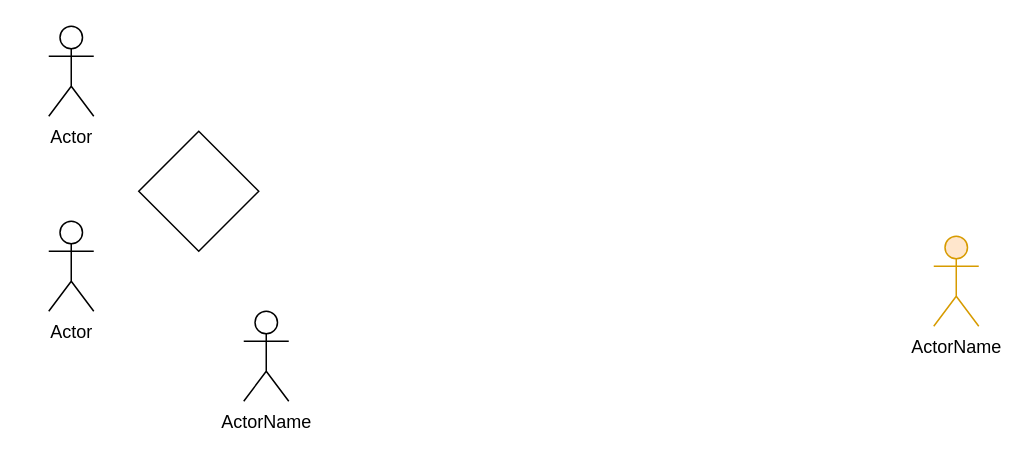
The draw.io diagram Menu_Fincas.drawio in llauna/fincas, before the edit. Source tidied: cells renumbered, new cells numbered last; positions are measured from the earlier drawing's top-left corner, leaving out a move shared by most shapes. Both pictures are drawn from the tidied source at 150%, with x=0, y=0 at pixel (48, 26).
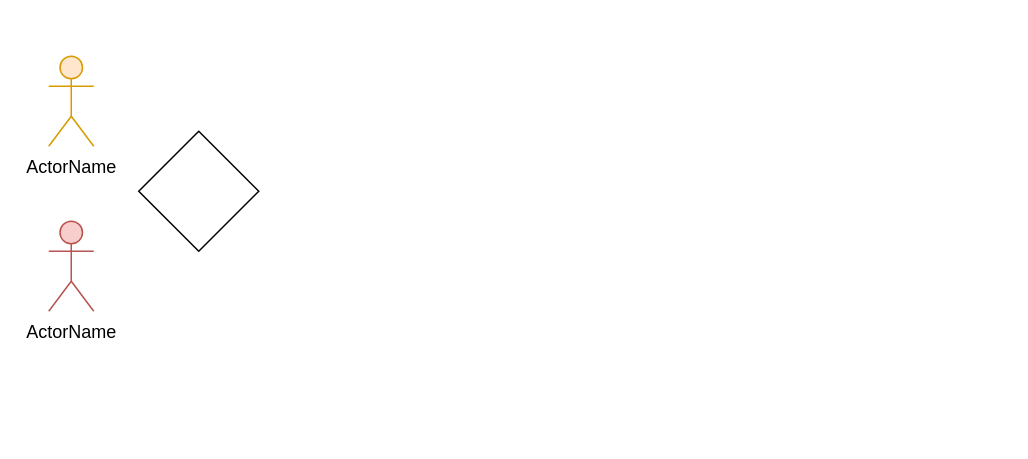
Above is the later version.

Diff of the diagram source:
```diff
@@
 <mxGraphModel>
   <root>
     <mxCell id="0" />
     <mxCell id="1" parent="0" />
-    <mxCell id="2" value="Actor" style="shape=umlActor;verticalLabelPosition=bottom;verticalAlign=top;html=1;" parent="1" vertex="1">
-      <mxGeometry width="30" height="60" as="geometry" />
-    </mxCell>
-    <mxCell id="3" value="Actor" style="shape=umlActor;verticalLabelPosition=bottom;verticalAlign=top;html=1;" parent="1" vertex="1">
-      <mxGeometry y="130" width="30" height="60" as="geometry" />
-    </mxCell>
     <mxCell id="4" style="rhombus;whiteSpace=wrap;html=1;" parent="1" vertex="1">
       <mxGeometry x="60" y="70" width="80" height="80" as="geometry" />
     </mxCell>
     <mxCell id="5" value="ActorName" style="shape=umlActor;html=1;verticalLabelPosition=bottom;verticalAlign=top;align=center;fillColor=#ffe6cc;strokeColor=#d79b00;" parent="1" vertex="1">
-      <mxGeometry x="590" y="140" width="30" height="60" as="geometry" />
+      <mxGeometry y="20" width="30" height="60" as="geometry" />
     </mxCell>
-    <mxCell id="6" value="ActorName" style="shape=umlActor;html=1;verticalLabelPosition=bottom;verticalAlign=top;align=center;" parent="1" vertex="1">
-      <mxGeometry x="130" y="190" width="30" height="60" as="geometry" />
+    <mxCell id="6" value="ActorName" style="shape=umlActor;html=1;verticalLabelPosition=bottom;verticalAlign=top;align=center;fillColor=#f8cecc;strokeColor=#b85450;" parent="1" vertex="1">
+      <mxGeometry y="130" width="30" height="60" as="geometry" />
     </mxCell>
   </root>
 </mxGraphModel>
```
